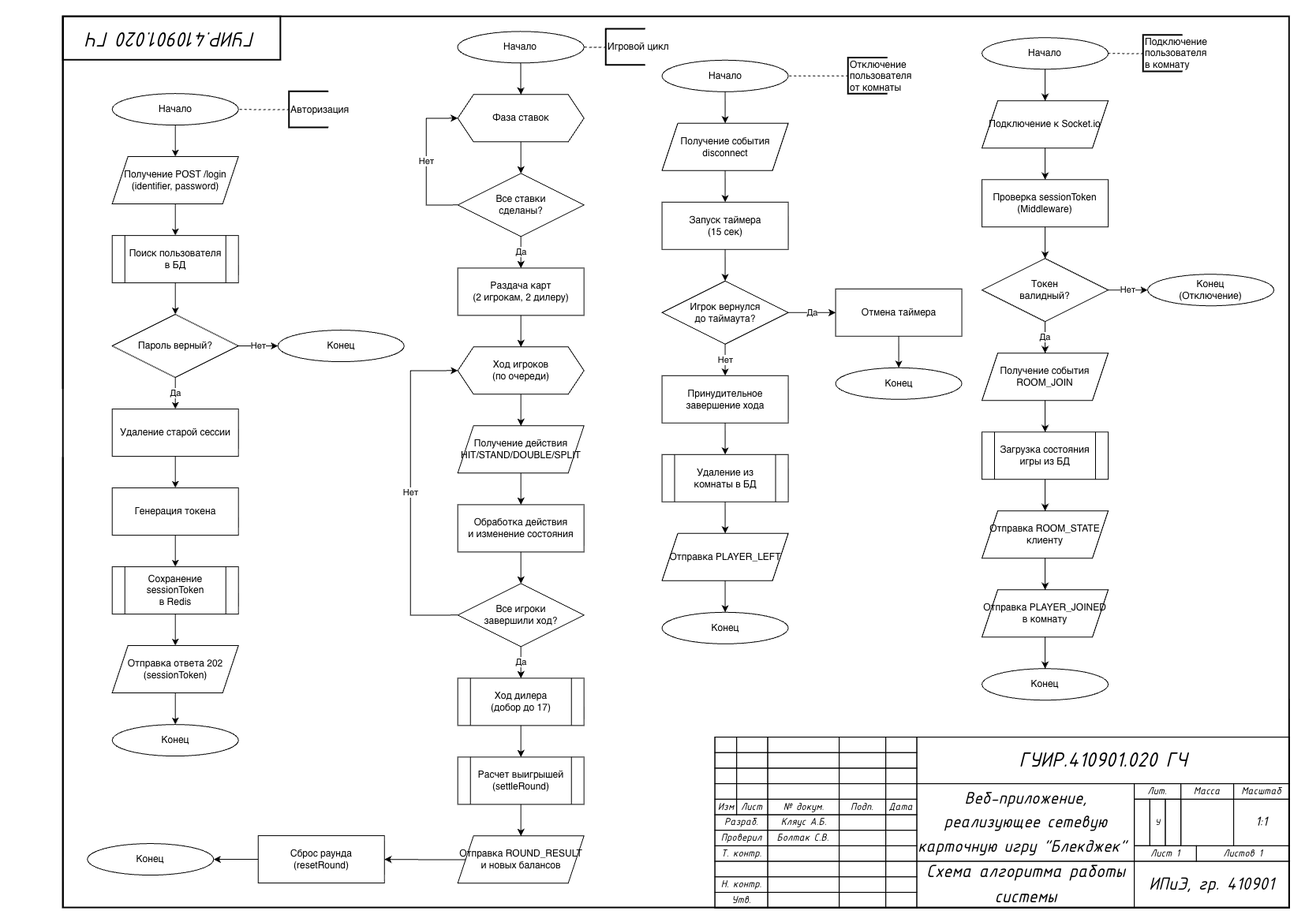
Above: диаграмма.png in Byelor/BlackJack (draw.io), before the change. Source tidied: cells renumbered, new cells last; positions are measured from the earlier drawing's top-left corner, leaving out a move shared by most shapes.
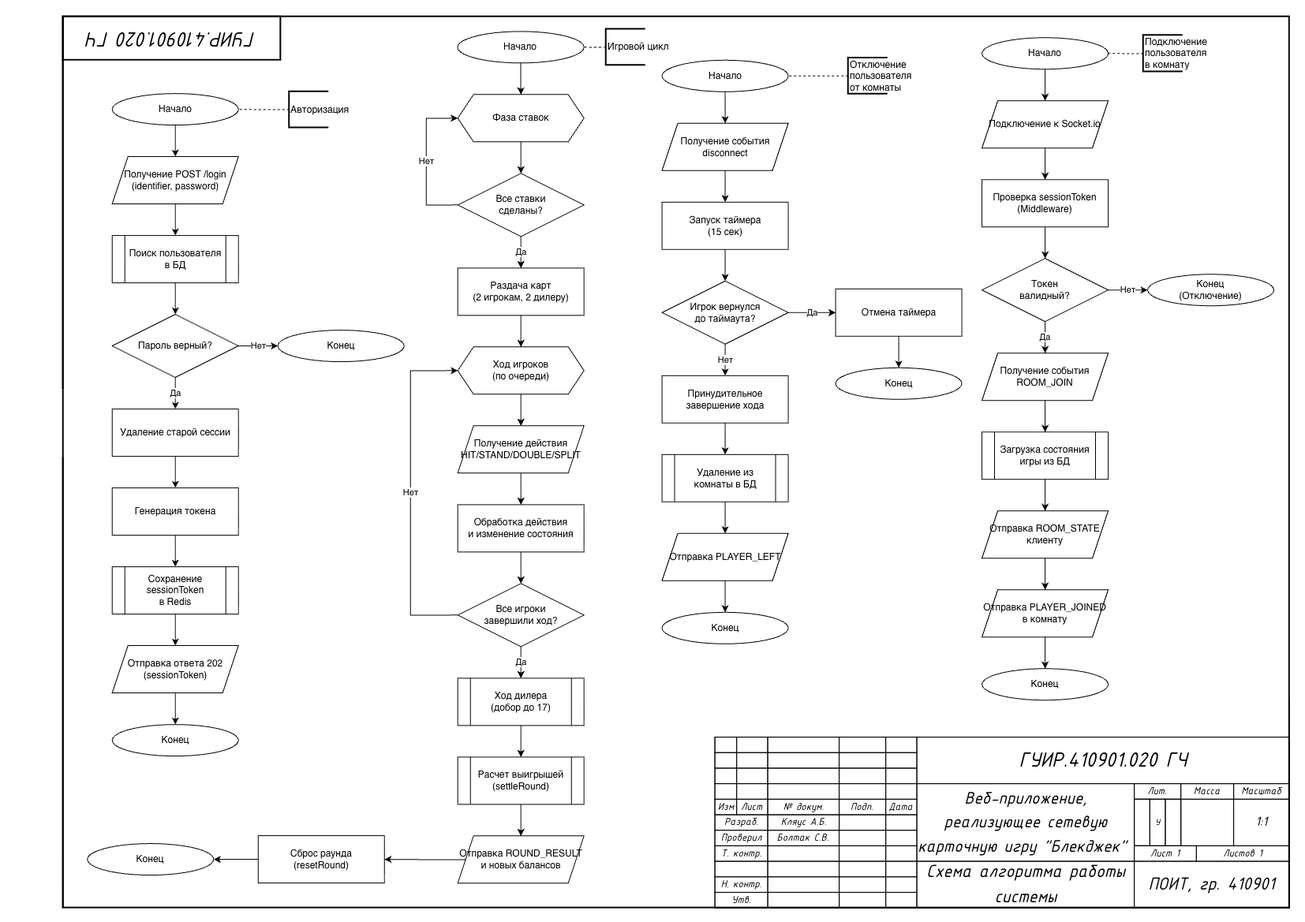
Later version of the same file.

Change to the diagram source:
```diff
@@ -187,7 +187,7 @@
         <mxGeometry x="1081.5" y="1070.5" width="275.6" height="59.1" as="geometry" />
       </mxCell>
     </object>
-    <object id="57" label="&lt;font face=&quot;ISOCPEUR&quot;&gt;&lt;i&gt;ИПиЭ, гр. 410901&lt;/i&gt;&lt;/font&gt;" placeholder="Manufacturer" placeholders="1">
+    <object id="57" label="&lt;font face=&quot;ISOCPEUR&quot;&gt;&lt;i&gt;ПОИТ, гр. 410901&lt;/i&gt;&lt;/font&gt;" placeholder="Manufacturer" placeholders="1">
       <mxCell style="rounded=0;whiteSpace=wrap;html=1;strokeWidth=1;fillColor=none;fontFamily=GOSTRUS Type A;fontSize=24;strokeColor=#000000;" parent="1" vertex="1">
         <mxGeometry x="1357.1" y="1070.6" width="196.8" height="59.1" as="geometry" />
       </mxCell>
```
